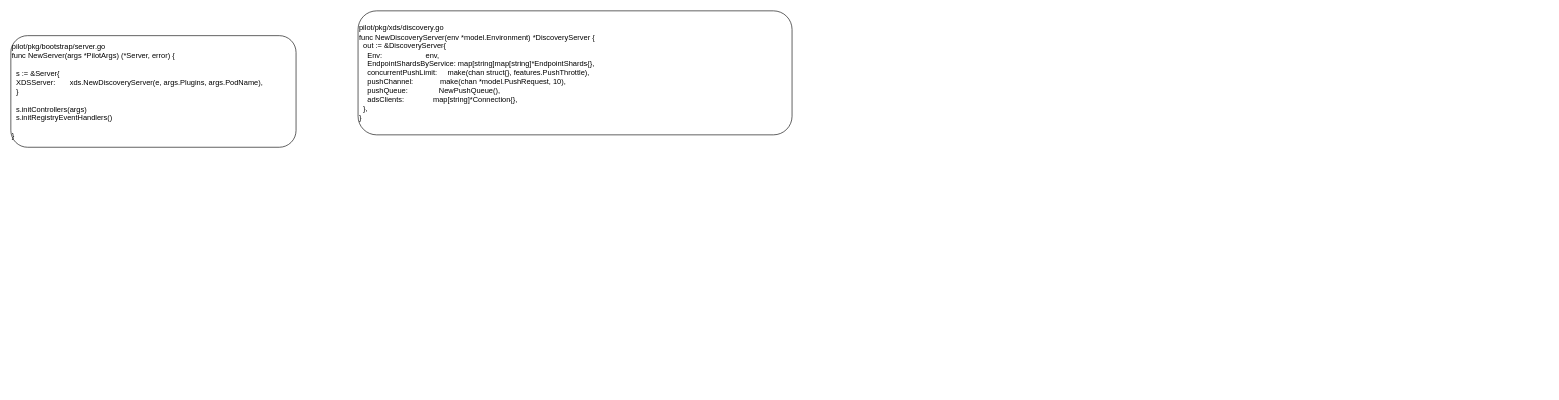
Earlier version of the draw.io diagram istio_pilot.drawio (bjqhfd/draw). Source tidied: cells renumbered, new cells numbered last; positions are measured from the earlier drawing's top-left corner, leaving out a move shared by most shapes. Both pictures are drawn from the tidied source at 62%, with x=0, y=0 at pixel (11, 11).
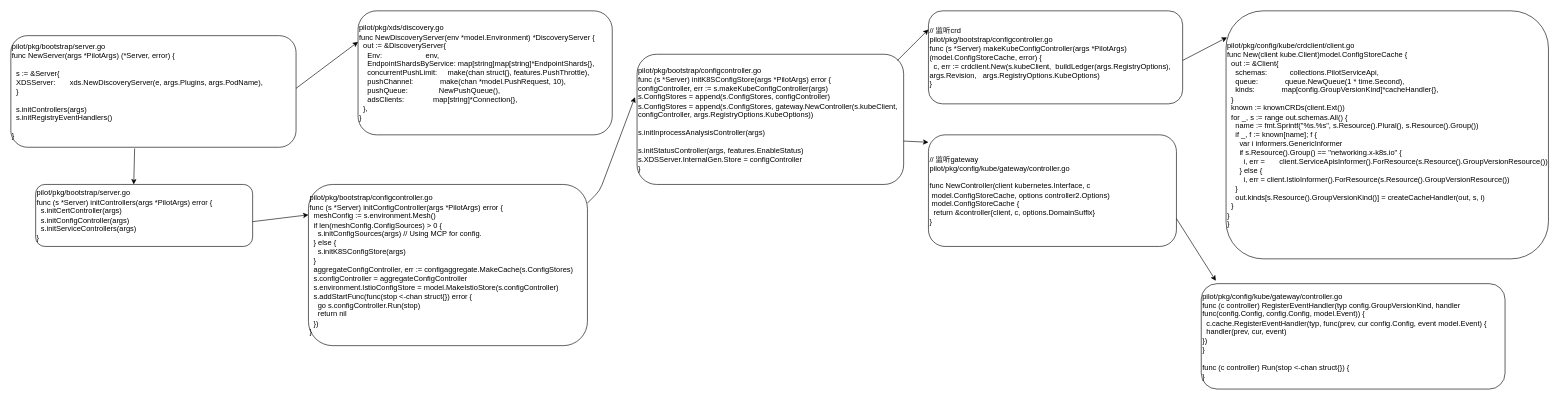
After the change.

Unchanged cells that the change refers to:
```xml
<mxCell id="2" value="pilot/pkg/bootstrap/server.go&lt;br&gt;func NewServer(args *PilotArgs) (*Server, error) {&lt;br&gt;&lt;br&gt;&lt;div&gt;&lt;span&gt;&lt;/span&gt;&amp;nbsp; s := &amp;amp;Server{&lt;/div&gt;&lt;div&gt;&lt;span&gt;&lt;/span&gt;&amp;nbsp; XDSServer:&amp;nbsp; &amp;nbsp; &amp;nbsp; &amp;nbsp;xds.NewDiscoveryServer(e, args.Plugins, args.PodName),&lt;/div&gt;&lt;div&gt;&lt;span&gt;&lt;/span&gt;&amp;nbsp; }&lt;/div&gt;&lt;div&gt;&lt;br&gt;&lt;/div&gt;&lt;div&gt;&amp;nbsp;&amp;nbsp;s.initControllers(args)&lt;/div&gt;&lt;div&gt;&amp;nbsp;&amp;nbsp;s.initRegistryEventHandlers()&lt;/div&gt;&lt;div&gt;&lt;br&gt;&lt;/div&gt;}" style="rounded=1;whiteSpace=wrap;html=1;align=left;" parent="1" vertex="1">
  <mxGeometry y="40" width="460" height="180" as="geometry" />
</mxCell>
```

What changed in the source:
```diff
@@
     <mxCell id="3" value="pilot/pkg/xds/discovery.go&lt;br&gt;&lt;div&gt;func NewDiscoveryServer(env *model.Environment) *DiscoveryServer {&lt;/div&gt;&lt;div&gt;&lt;span&gt;&lt;/span&gt;&amp;nbsp; out := &amp;amp;DiscoveryServer{&lt;/div&gt;&lt;div&gt;&lt;span&gt;&lt;/span&gt;&amp;nbsp; &amp;nbsp; Env:&amp;nbsp; &amp;nbsp; &amp;nbsp; &amp;nbsp; &amp;nbsp; &amp;nbsp; &amp;nbsp; &amp;nbsp; &amp;nbsp; &amp;nbsp; &amp;nbsp;env,&lt;/div&gt;&lt;div&gt;&lt;span&gt;&lt;/span&gt;&amp;nbsp; &amp;nbsp; EndpointShardsByService: map[string]map[string]*EndpointShards{},&lt;/div&gt;&lt;div&gt;&lt;span&gt;&lt;/span&gt;&amp;nbsp; &amp;nbsp; concurrentPushLimit:&amp;nbsp; &amp;nbsp; &amp;nbsp;make(chan struct{}, features.PushThrottle),&lt;/div&gt;&lt;div&gt;&lt;span&gt;&lt;/span&gt;&amp;nbsp; &amp;nbsp; pushChannel:&amp;nbsp; &amp;nbsp; &amp;nbsp; &amp;nbsp; &amp;nbsp; &amp;nbsp; &amp;nbsp;make(chan *model.PushRequest, 10),&lt;/div&gt;&lt;div&gt;&lt;span&gt;&lt;/span&gt;&amp;nbsp; &amp;nbsp; pushQueue:&amp;nbsp; &amp;nbsp; &amp;nbsp; &amp;nbsp; &amp;nbsp; &amp;nbsp; &amp;nbsp; &amp;nbsp;NewPushQueue(),&lt;/div&gt;&lt;div&gt;&lt;span&gt;&lt;/span&gt;&amp;nbsp; &amp;nbsp; adsClients:&amp;nbsp; &amp;nbsp; &amp;nbsp; &amp;nbsp; &amp;nbsp; &amp;nbsp; &amp;nbsp; map[string]*Connection{},&lt;/div&gt;&lt;div&gt;&lt;span&gt;&lt;/span&gt;&amp;nbsp; },&lt;/div&gt;&lt;div&gt;&lt;span&gt; &lt;/span&gt;}&lt;/div&gt;" style="rounded=1;whiteSpace=wrap;html=1;align=left;" parent="1" vertex="1">
-      <mxGeometry x="560" width="700" height="200" as="geometry" />
+      <mxGeometry x="560" width="410" height="200" as="geometry" />
     </mxCell>
+    <mxCell id="4" value="pilot/pkg/bootstrap/server.go&lt;br&gt;&lt;div&gt;func (s *Server) initControllers(args *PilotArgs) error {&lt;/div&gt;&lt;div&gt;&amp;nbsp; s.initCertController(args)&lt;/div&gt;&lt;div&gt;&amp;nbsp; s.initConfigController(args)&lt;/div&gt;&lt;div&gt;&amp;nbsp; s.initServiceControllers(args)&lt;/div&gt;&lt;div&gt;}&lt;/div&gt;" style="rounded=1;whiteSpace=wrap;html=1;align=left;" parent="1" vertex="1">
+      <mxGeometry x="40" y="280" width="350" height="100" as="geometry" />
+    </mxCell>
+    <mxCell id="5" value="pilot/pkg/bootstrap/configcontroller.go&lt;br&gt;&lt;div&gt;func (s *Server) initConfigController(args *PilotArgs) error {&lt;/div&gt;&lt;div&gt;&lt;span&gt;&lt;/span&gt;&amp;nbsp; meshConfig := s.environment.Mesh()&lt;/div&gt;&lt;div&gt;&lt;span&gt;&lt;/span&gt;&amp;nbsp; if len(meshConfig.ConfigSources) &amp;gt; 0 {&lt;/div&gt;&lt;div&gt;&lt;span&gt;&lt;/span&gt;&amp;nbsp; &amp;nbsp; s.initConfigSources(args) // Using MCP for config.&lt;/div&gt;&lt;div&gt;&lt;span&gt;&lt;/span&gt;&amp;nbsp; } else {&lt;/div&gt;&lt;div&gt;&lt;span&gt;&lt;/span&gt;&amp;nbsp; &amp;nbsp; s.initK8SConfigStore(args)&lt;/div&gt;&lt;div&gt;&lt;span&gt;&lt;/span&gt;&amp;nbsp; }&lt;/div&gt;&lt;div&gt;&lt;span&gt;&lt;/span&gt;&amp;nbsp; aggregateConfigController, err := configaggregate.MakeCache(s.ConfigStores)&lt;/div&gt;&lt;div&gt;&lt;span&gt;&lt;/span&gt;&amp;nbsp; s.configController = aggregateConfigController&lt;/div&gt;&lt;div&gt;&lt;span&gt;&lt;/span&gt;&amp;nbsp; s.environment.IstioConfigStore = model.MakeIstioStore(s.configController)&lt;/div&gt;&lt;div&gt;&lt;span&gt;&lt;/span&gt;&amp;nbsp; s.addStartFunc(func(stop &amp;lt;-chan struct{}) error {&lt;/div&gt;&lt;div&gt;&lt;span&gt;&lt;/span&gt;&amp;nbsp; &amp;nbsp; go s.configController.Run(stop)&lt;/div&gt;&lt;div&gt;&lt;span&gt;&lt;/span&gt;&amp;nbsp; &amp;nbsp; return nil&lt;/div&gt;&lt;div&gt;&lt;span&gt;&lt;/span&gt;&amp;nbsp; })&lt;/div&gt;&lt;div&gt;}&lt;/div&gt;" style="rounded=1;whiteSpace=wrap;html=1;align=left;" parent="1" vertex="1">
+      <mxGeometry x="480" y="280" width="450" height="260" as="geometry" />
+    </mxCell>
+    <mxCell id="6" style="endArrow=classic;html=1;entryX=0;entryY=0.25;entryDx=0;entryDy=0;" parent="1" edge="1" target="3">
+      <mxGeometry relative="1" as="geometry">
+        <mxPoint x="460" y="125" as="sourcePoint" />
+      </mxGeometry>
+    </mxCell>
+    <mxCell id="7" style="endArrow=classic;html=1;entryX=0.452;entryY=0;entryDx=0;entryDy=0;entryPerimeter=0;exitX=0.434;exitY=1.011;exitDx=0;exitDy=0;exitPerimeter=0;" parent="1" edge="1" source="2" target="4">
+      <mxGeometry relative="1" as="geometry" />
+    </mxCell>
+    <mxCell id="8" style="endArrow=classic;html=1;" parent="1" edge="1">
+      <mxGeometry relative="1" as="geometry">
+        <mxPoint x="390" y="340" as="sourcePoint" />
+        <mxPoint x="480" y="329" as="targetPoint" />
+      </mxGeometry>
+    </mxCell>
+    <mxCell id="9" value="&lt;div&gt;pilot/pkg/bootstrap/configcontroller.go&lt;/div&gt;&lt;div&gt;func (s *Server) initK8SConfigStore(args *PilotArgs) error {&lt;/div&gt;&lt;div&gt;&lt;span&gt; &lt;/span&gt;configController, err := s.makeKubeConfigController(args)&lt;/div&gt;&lt;div&gt;&lt;span&gt; &lt;/span&gt;s.ConfigStores = append(s.ConfigStores, configController)&lt;/div&gt;&lt;div&gt;&lt;span&gt;  &lt;/span&gt;s.ConfigStores = append(s.ConfigStores, gateway.NewController(s.kubeClient, configController, args.RegistryOptions.KubeOptions))&lt;/div&gt;&lt;div&gt;&lt;br&gt;&lt;/div&gt;&lt;div&gt;s.initInprocessAnalysisController(args)&lt;/div&gt;&lt;div&gt;&lt;br&gt;&lt;/div&gt;&lt;div&gt;&lt;span&gt; &lt;/span&gt;s.initStatusController(args, features.EnableStatus)&lt;/div&gt;&lt;div&gt;&lt;span&gt; &lt;/span&gt;s.XDSServer.InternalGen.Store = configController&lt;/div&gt;&lt;div&gt;}&lt;/div&gt;" style="rounded=1;whiteSpace=wrap;html=1;align=left;" parent="1" vertex="1">
+      <mxGeometry x="1010" y="70" width="430" height="210" as="geometry" />
+    </mxCell>
+    <mxCell id="10" style="endArrow=classic;html=1;entryX=-0.008;entryY=0.33;entryDx=0;entryDy=0;entryPerimeter=0;" parent="1" edge="1" target="9">
+      <mxGeometry relative="1" as="geometry">
+        <mxPoint x="930" y="310" as="sourcePoint" />
+        <Array as="points">
+          <mxPoint x="950" y="290" />
+        </Array>
+      </mxGeometry>
+    </mxCell>
+    <mxCell id="11" value="&lt;div&gt;// 监听crd&lt;/div&gt;&lt;div&gt;pilot/pkg/bootstrap/configcontroller.go&lt;/div&gt;&lt;div&gt;func (s *Server) makeKubeConfigController(args *PilotArgs) (model.ConfigStoreCache, error) {&lt;/div&gt;&lt;div&gt;&lt;span&gt;&lt;/span&gt;&amp;nbsp; c, err := crdclient.New(s.kubeClient,&amp;nbsp; buildLedger(args.RegistryOptions), args.Revision,&amp;nbsp; &amp;nbsp;args.RegistryOptions.KubeOptions)&lt;/div&gt;&lt;div&gt;}&lt;/div&gt;" style="rounded=1;whiteSpace=wrap;html=1;align=left;" parent="1" vertex="1">
+      <mxGeometry x="1480" width="410" height="150" as="geometry" />
+    </mxCell>
+    <mxCell id="12" style="endArrow=classic;html=1;" parent="1" edge="1">
+      <mxGeometry relative="1" as="geometry">
+        <mxPoint x="1430" y="80" as="sourcePoint" />
+        <mxPoint x="1480" y="30" as="targetPoint" />
+      </mxGeometry>
+    </mxCell>
+    <mxCell id="13" value="pilot/pkg/config/kube/crdclient/client.go&lt;br&gt;&lt;div&gt;func New(client kube.Client)model.ConfigStoreCache {&lt;/div&gt;&lt;div&gt;&lt;span&gt;&lt;/span&gt;&amp;nbsp; out := &amp;amp;Client{&lt;/div&gt;&lt;div&gt;&lt;span&gt;&lt;/span&gt;&amp;nbsp; &amp;nbsp; schemas:&amp;nbsp; &amp;nbsp; &amp;nbsp; &amp;nbsp; &amp;nbsp; &amp;nbsp;collections.PilotServiceApi,&lt;/div&gt;&lt;div&gt;&lt;span&gt;&lt;/span&gt;&amp;nbsp; &amp;nbsp; queue:&amp;nbsp; &amp;nbsp; &amp;nbsp; &amp;nbsp; &amp;nbsp; &amp;nbsp; &amp;nbsp;queue.NewQueue(1 * time.Second),&lt;/div&gt;&lt;div&gt;&lt;span&gt;&lt;/span&gt;&amp;nbsp; &amp;nbsp; kinds:&amp;nbsp; &amp;nbsp; &amp;nbsp; &amp;nbsp; &amp;nbsp; &amp;nbsp; &amp;nbsp;map[config.GroupVersionKind]*cacheHandler{},&lt;/div&gt;&lt;div&gt;&lt;span&gt;&lt;/span&gt;&amp;nbsp; }&lt;/div&gt;&lt;div&gt;&lt;span&gt;&lt;/span&gt;&amp;nbsp; known := knownCRDs(client.Ext())&lt;/div&gt;&lt;div&gt;&lt;span&gt;&lt;/span&gt;&amp;nbsp; for _, s := range out.schemas.All() {&lt;/div&gt;&lt;div&gt;&lt;span&gt;&lt;/span&gt;&amp;nbsp; &amp;nbsp; name := fmt.Sprintf(&quot;%s.%s&quot;, s.Resource().Plural(), s.Resource().Group())&lt;/div&gt;&lt;div&gt;&lt;span&gt;&lt;/span&gt;&amp;nbsp; &amp;nbsp; if _, f := known[name]; f {&lt;/div&gt;&lt;div&gt;&lt;span&gt;&lt;/span&gt;&amp;nbsp; &amp;nbsp; &amp;nbsp; var i informers.GenericInformer&lt;/div&gt;&lt;div&gt;&lt;span&gt;&lt;/span&gt;&amp;nbsp; &amp;nbsp; &amp;nbsp; if s.Resource().Group() == &quot;networking.x-k8s.io&quot; {&lt;/div&gt;&lt;div&gt;&lt;span&gt;&lt;/span&gt;&amp;nbsp; &amp;nbsp; &amp;nbsp; &amp;nbsp; i, err =&amp;nbsp; &amp;nbsp; &amp;nbsp; &amp;nbsp;client.ServiceApisInformer().ForResource(s.Resource().GroupVersionResource())&lt;/div&gt;&lt;div&gt;&lt;span&gt;&lt;/span&gt;&amp;nbsp; &amp;nbsp; &amp;nbsp; } else {&lt;/div&gt;&lt;div&gt;&lt;span&gt;&lt;/span&gt;&amp;nbsp; &amp;nbsp; &amp;nbsp; &amp;nbsp; i, err = client.IstioInformer().ForResource(s.Resource().GroupVersionResource())&lt;/div&gt;&lt;div&gt;&lt;span&gt;&lt;/span&gt;&amp;nbsp; &amp;nbsp; }&lt;/div&gt;&lt;div&gt;&lt;span&gt;&lt;/span&gt;&amp;nbsp; &amp;nbsp; out.kinds[s.Resource().GroupVersionKind()] = createCacheHandler(out, s, i)&lt;/div&gt;&lt;div&gt;&lt;span&gt;&lt;/span&gt;&amp;nbsp; }&lt;/div&gt;&lt;div&gt;&lt;span&gt; &lt;/span&gt;}&lt;/div&gt;&lt;div&gt;}&lt;/div&gt;" style="rounded=1;whiteSpace=wrap;html=1;align=left;" parent="1" vertex="1">
+      <mxGeometry x="1960" width="520" height="400" as="geometry" />
+    </mxCell>
+    <mxCell id="14" style="endArrow=classic;html=1;entryX=0.003;entryY=0.107;entryDx=0;entryDy=0;entryPerimeter=0;" parent="1" edge="1" target="13">
+      <mxGeometry relative="1" as="geometry">
+        <mxPoint x="1890" y="80" as="sourcePoint" />
+      </mxGeometry>
+    </mxCell>
+    <mxCell id="15" value="// 监听gateway&lt;br&gt;pilot/pkg/config/kube/gateway/controller.go&lt;br&gt;&lt;div&gt;&lt;br&gt;&lt;/div&gt;&lt;div&gt;func NewController(client kubernetes.Interface, c&amp;nbsp; &amp;nbsp;model.ConfigStoreCache, options controller2.Options)&amp;nbsp; &amp;nbsp;model.ConfigStoreCache {&lt;/div&gt;&lt;div&gt;&lt;span&gt;&lt;/span&gt;&amp;nbsp; return &amp;amp;controller{client, c, options.DomainSuffix}&lt;/div&gt;&lt;div&gt;}&lt;/div&gt;" style="rounded=1;whiteSpace=wrap;html=1;align=left;" parent="1" vertex="1">
+      <mxGeometry x="1480" y="200" width="400" height="180" as="geometry" />
+    </mxCell>
+    <mxCell id="16" style="endArrow=classic;html=1;" parent="1" edge="1">
+      <mxGeometry relative="1" as="geometry">
+        <mxPoint x="1440" y="210" as="sourcePoint" />
+        <mxPoint x="1480" y="212" as="targetPoint" />
+      </mxGeometry>
+    </mxCell>
+    <mxCell id="17" value="&lt;div&gt;pilot/pkg/config/kube/gateway/controller.go&lt;/div&gt;&lt;div&gt;func (c controller) RegisterEventHandler(typ config.GroupVersionKind, handler func(config.Config, config.Config, model.Event)) {&lt;/div&gt;&lt;div&gt;&lt;span&gt;&lt;/span&gt;&amp;nbsp; c.cache.RegisterEventHandler(typ, func(prev, cur config.Config, event model.Event) {&lt;/div&gt;&lt;div&gt;&lt;span&gt;&lt;/span&gt;&amp;nbsp; handler(prev, cur, event)&lt;/div&gt;&lt;div&gt;&lt;span&gt; &lt;/span&gt;})&lt;/div&gt;&lt;div&gt;}&lt;/div&gt;&lt;div&gt;&lt;br&gt;&lt;/div&gt;&lt;div&gt;func (c controller) Run(stop &amp;lt;-chan struct{}) {&lt;/div&gt;&lt;div&gt;}&lt;/div&gt;" style="rounded=1;whiteSpace=wrap;html=1;align=left;" parent="1" vertex="1">
+      <mxGeometry x="1920" y="440" width="490" height="170" as="geometry" />
+    </mxCell>
+    <mxCell id="18" style="endArrow=classic;html=1;entryX=0.048;entryY=-0.027;entryDx=0;entryDy=0;entryPerimeter=0;exitX=1;exitY=0.75;exitDx=0;exitDy=0;" parent="1" edge="1" source="15" target="17">
+      <mxGeometry relative="1" as="geometry" />
+    </mxCell>
```
